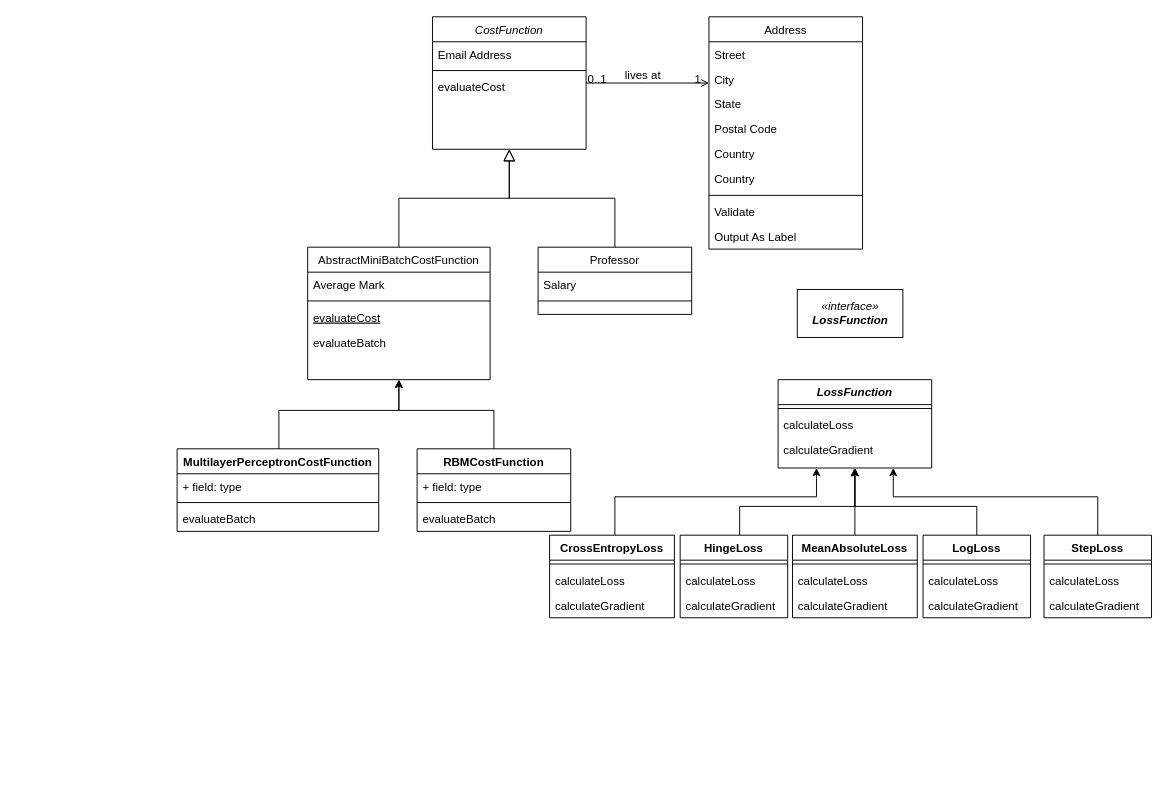
Before: drawio/jungblut.ml/thomasjungblut-common.drawio in zxsimple/bookmark, a draw.io diagram. Source tidied: cells renumbered, new cells numbered last; positions are measured from the earlier drawing's top-left corner, leaving out a move shared by most shapes. Both pictures are drawn from the tidied source at 96%, with x=0, y=0 at pixel (177, 16).
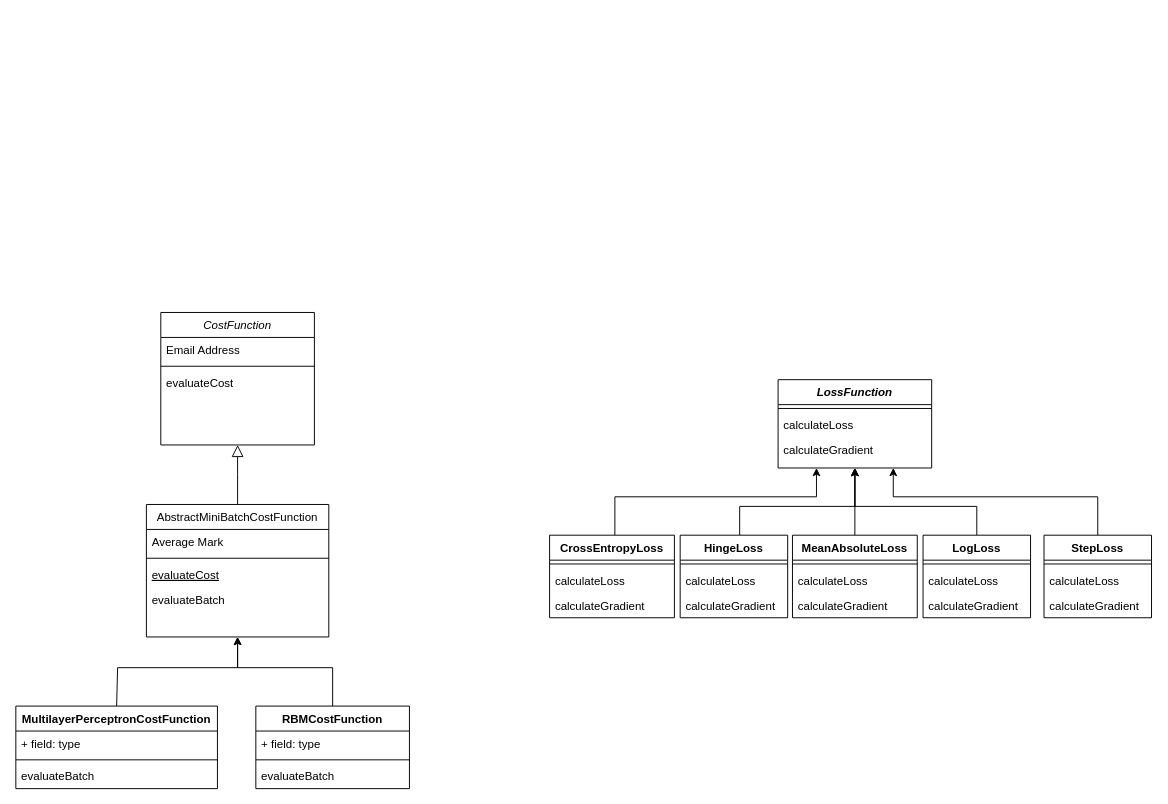
Above is the later version.

Diff of the diagram source:
```diff
@@
     <mxCell id="2" value="CostFunction" style="swimlane;fontStyle=2;align=center;verticalAlign=top;horizontal=1;startSize=26;rounded=0;shadow=0;strokeWidth=1;" parent="1" vertex="1">
-      <mxGeometry x="266" width="160" height="138" as="geometry" />
+      <mxGeometry x="-17" y="308" width="160" height="138" as="geometry" />
     </mxCell>
@@
     <mxCell id="6" value="AbstractMiniBatchCostFunction" style="swimlane;fontStyle=0;align=center;verticalAlign=top;horizontal=1;startSize=26;rounded=0;shadow=0;strokeWidth=1;" parent="1" vertex="1">
-      <mxGeometry x="136" y="240" width="190" height="138" as="geometry" />
+      <mxGeometry x="-32" y="508" width="190" height="138" as="geometry" />
     </mxCell>
@@
-    <mxCell id="12" value="Professor" style="swimlane;fontStyle=0;align=center;verticalAlign=top;horizontal=1;startSize=26;rounded=0;shadow=0;strokeWidth=1;" parent="1" vertex="1">
-      <mxGeometry x="376" y="240" width="160" height="70" as="geometry" />
-    </mxCell>
-    <mxCell id="13" value="Salary" style="text;align=left;verticalAlign=top;spacingLeft=4;spacingRight=4;overflow=hidden;" parent="12" vertex="1">
-      <mxGeometry y="26" width="160" height="26" as="geometry" />
-    </mxCell>
-    <mxCell id="14" style="line;html=1;strokeWidth=1;align=left;verticalAlign=middle;spacingTop=-1;spacingLeft=3;spacingRight=3;labelPosition=right;" parent="12" vertex="1">
-      <mxGeometry y="52" width="160" height="8" as="geometry" />
-    </mxCell>
-    <mxCell id="15" style="endArrow=block;endSize=10;endFill=0;shadow=0;strokeWidth=1;rounded=0;edgeStyle=elbowEdgeStyle;elbow=vertical;" parent="1" edge="1" source="12" target="2">
-      <mxGeometry relative="1" as="geometry" />
-    </mxCell>
-    <mxCell id="16" value="Address" style="swimlane;fontStyle=0;align=center;verticalAlign=top;horizontal=1;startSize=26;rounded=0;shadow=0;strokeWidth=1;" parent="1" vertex="1">
-      <mxGeometry x="554" width="160" height="242" as="geometry" />
-    </mxCell>
-    <mxCell id="17" value="Street" style="text;align=left;verticalAlign=top;spacingLeft=4;spacingRight=4;overflow=hidden;" parent="16" vertex="1">
-      <mxGeometry y="26" width="160" height="26" as="geometry" />
-    </mxCell>
-    <mxCell id="18" value="City" style="text;align=left;verticalAlign=top;spacingLeft=4;spacingRight=4;overflow=hidden;rounded=0;shadow=0;html=0;" parent="16" vertex="1">
-      <mxGeometry y="52" width="160" height="26" as="geometry" />
-    </mxCell>
-    <mxCell id="19" value="State" style="text;align=left;verticalAlign=top;spacingLeft=4;spacingRight=4;overflow=hidden;rounded=0;shadow=0;html=0;" parent="16" vertex="1">
-      <mxGeometry y="78" width="160" height="26" as="geometry" />
-    </mxCell>
-    <mxCell id="20" value="Postal Code" style="text;align=left;verticalAlign=top;spacingLeft=4;spacingRight=4;overflow=hidden;rounded=0;shadow=0;html=0;" parent="16" vertex="1">
-      <mxGeometry y="104" width="160" height="26" as="geometry" />
-    </mxCell>
-    <mxCell id="21" value="Country" style="text;align=left;verticalAlign=top;spacingLeft=4;spacingRight=4;overflow=hidden;rounded=0;shadow=0;html=0;" parent="16" vertex="1">
-      <mxGeometry y="130" width="160" height="26" as="geometry" />
-    </mxCell>
-    <mxCell id="22" value="Country" style="text;align=left;verticalAlign=top;spacingLeft=4;spacingRight=4;overflow=hidden;rounded=0;shadow=0;html=0;" parent="16" vertex="1">
-      <mxGeometry y="156" width="160" height="26" as="geometry" />
-    </mxCell>
-    <mxCell id="23" style="line;html=1;strokeWidth=1;align=left;verticalAlign=middle;spacingTop=-1;spacingLeft=3;spacingRight=3;labelPosition=right;" parent="16" vertex="1">
-      <mxGeometry y="182" width="160" height="8" as="geometry" />
-    </mxCell>
-    <mxCell id="24" value="Validate" style="text;align=left;verticalAlign=top;spacingLeft=4;spacingRight=4;overflow=hidden;" parent="16" vertex="1">
-      <mxGeometry y="190" width="160" height="26" as="geometry" />
-    </mxCell>
-    <mxCell id="25" value="Output As Label" style="text;align=left;verticalAlign=top;spacingLeft=4;spacingRight=4;overflow=hidden;" parent="16" vertex="1">
-      <mxGeometry y="216" width="160" height="26" as="geometry" />
-    </mxCell>
-    <mxCell id="26" style="endArrow=open;shadow=0;strokeWidth=1;rounded=0;endFill=1;edgeStyle=elbowEdgeStyle;elbow=vertical;" parent="1" edge="1" source="2" target="16">
-      <mxGeometry x="0.5" y="41" relative="1" as="geometry">
-        <mxPoint x="-40" y="32" as="offset" />
-      </mxGeometry>
-    </mxCell>
-    <mxCell id="27" value="0..1" style="align=left;verticalAlign=bottom;labelBackgroundColor=none;fontSize=12;" parent="26" vertex="1">
-      <mxGeometry x="-1" relative="1" as="geometry">
-        <mxPoint y="4" as="offset" />
-      </mxGeometry>
-    </mxCell>
-    <mxCell id="28" value="1" style="align=right;verticalAlign=bottom;labelBackgroundColor=none;fontSize=12;" parent="26" vertex="1">
-      <mxGeometry x="1" relative="1" as="geometry">
-        <mxPoint x="-7" y="4" as="offset" />
-      </mxGeometry>
-    </mxCell>
-    <mxCell id="29" value="lives at" style="text;html=1;align=center;verticalAlign=middle;labelBackgroundColor=none;rounded=0;shadow=0;strokeWidth=1;fontSize=12;" parent="26" vertex="1">
-      <mxGeometry x="0.5" y="49" relative="1" as="geometry">
-        <mxPoint x="-38" y="40" as="offset" />
-      </mxGeometry>
-    </mxCell>
     <mxCell id="30" style="edgeStyle=orthogonalEdgeStyle;rounded=0;jettySize=auto;html=1;entryX=0.5;entryY=1;entryDx=0;entryDy=0;exitX=0.5;exitY=0;exitDx=0;exitDy=0;" parent="1" edge="1" source="31" target="6">
       <mxGeometry relative="1" as="geometry">
         <Array as="points">
-          <mxPoint x="106" y="450" />
-          <mxPoint x="106" y="410" />
-          <mxPoint x="231" y="410" />
+          <mxPoint x="-62" y="718" />
+          <mxPoint x="-62" y="678" />
+          <mxPoint x="63" y="678" />
         </Array>
       </mxGeometry>
     </mxCell>
     <mxCell id="31" value="MultilayerPerceptronCostFunction" style="swimlane;fontStyle=1;align=center;verticalAlign=top;horizontal=1;startSize=26;" parent="1" vertex="1">
-      <mxGeometry y="450" width="210" height="86" as="geometry" />
+      <mxGeometry x="-168" y="718" width="210" height="86" as="geometry" />
     </mxCell>
@@
     <mxCell id="35" style="edgeStyle=orthogonalEdgeStyle;rounded=0;jettySize=auto;html=1;entryX=0.5;entryY=1;entryDx=0;entryDy=0;exitX=0.5;exitY=0;exitDx=0;exitDy=0;" parent="1" edge="1" source="36" target="6">
       <mxGeometry relative="1" as="geometry">
         <Array as="points">
-          <mxPoint x="330" y="410" />
-          <mxPoint x="231" y="410" />
+          <mxPoint x="162" y="678" />
+          <mxPoint x="63" y="678" />
         </Array>
       </mxGeometry>
     </mxCell>
     <mxCell id="36" value="RBMCostFunction" style="swimlane;fontStyle=1;align=center;verticalAlign=top;horizontal=1;startSize=26;" parent="1" vertex="1">
-      <mxGeometry x="250" y="450" width="160" height="86" as="geometry" />
+      <mxGeometry x="82" y="718" width="160" height="86" as="geometry" />
     </mxCell>
@@
-    <mxCell id="40" value="&lt;i&gt;«interface»&lt;br&gt;&lt;b&gt;LossFunction&lt;/b&gt;&lt;/i&gt;" style="html=1;" parent="1" vertex="1">
-      <mxGeometry x="646" y="284" width="110" height="50" as="geometry" />
-    </mxCell>
```
